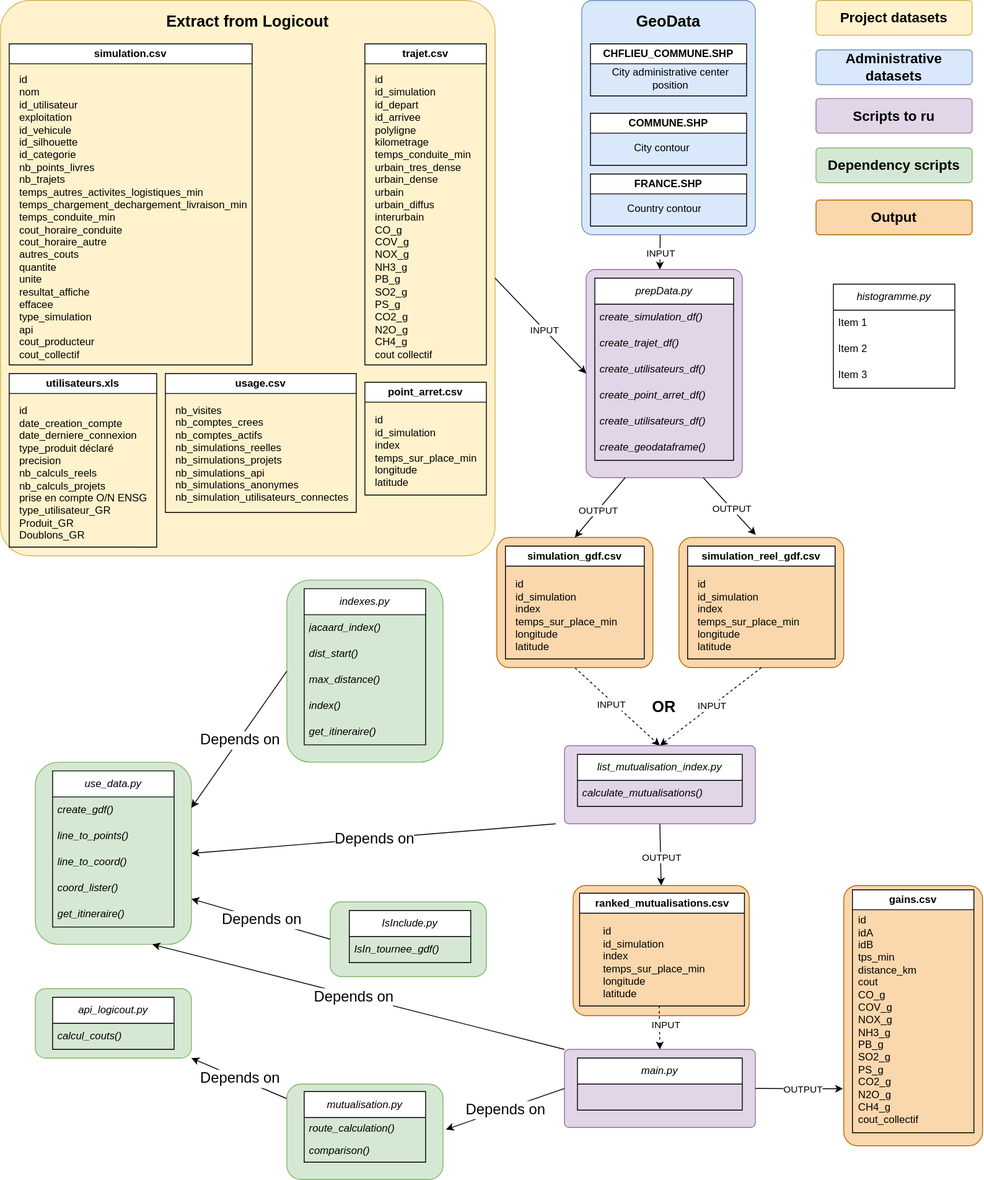
The draw.io diagram code_organization.svg in Universite-Gustave-Eiffel/geodev-logicout, before a commit. Source tidied: cells renumbered, new cells last; positions are measured from the earlier drawing's top-left corner, leaving out a move shared by most shapes.
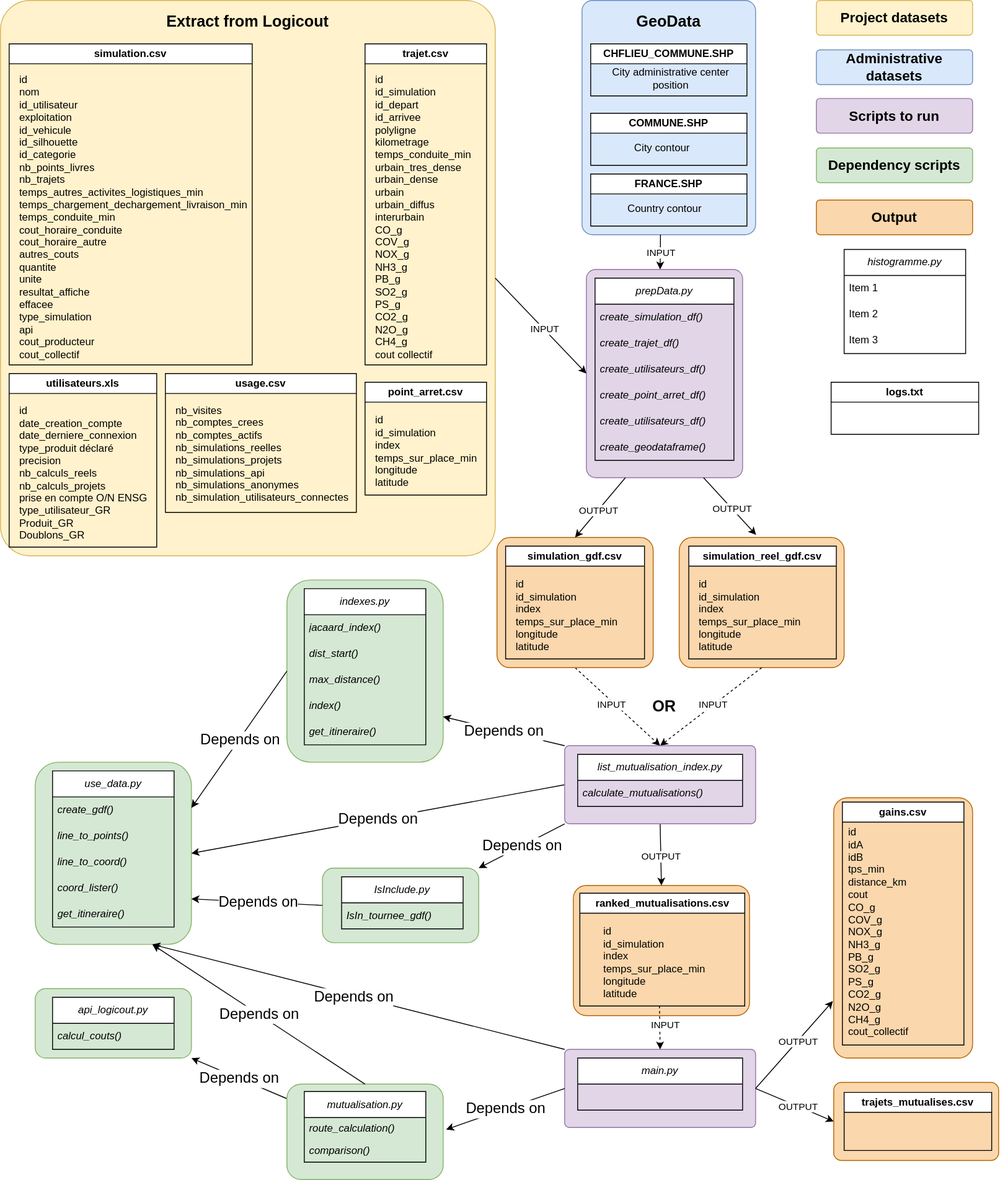
Later version of the same file.

Change to the diagram source:
```diff
@@ -2,6 +2,9 @@
   <root>
     <mxCell id="0" />
     <mxCell id="1" parent="0" />
+    <mxCell id="121" style="rounded=1;whiteSpace=wrap;html=1;shadow=0;glass=0;arcSize=10;fillColor=#fad7ac;strokeColor=#b46504;" parent="1" vertex="1">
+      <mxGeometry x="960" y="1247" width="190" height="90" as="geometry" />
+    </mxCell>
     <mxCell id="2" style="rounded=1;whiteSpace=wrap;html=1;shadow=0;glass=0;arcSize=10;fillColor=#fad7ac;strokeColor=#b46504;" parent="1" vertex="1">
       <mxGeometry x="660" y="1020" width="203" height="150" as="geometry" />
     </mxCell>
@@ -39,7 +42,7 @@
       <mxGeometry y="180" width="160" height="30" as="geometry" />
     </mxCell>
     <mxCell id="14" value="&lt;i&gt;histogramme.py&lt;/i&gt;" style="swimlane;fontStyle=0;horizontal=1;startSize=30;whiteSpace=wrap;html=1;" parent="1" vertex="1">
-      <mxGeometry x="960" y="327" width="140" height="120" as="geometry" />
+      <mxGeometry x="972" y="287" width="140" height="120" as="geometry" />
     </mxCell>
     <mxCell id="15" value="Item 1" style="text;strokeColor=none;fillColor=none;align=left;verticalAlign=middle;spacingLeft=4;spacingRight=4;overflow=hidden;whiteSpace=wrap;html=1;" parent="14" vertex="1">
       <mxGeometry y="30" width="140" height="30" as="geometry" />
@@ -200,7 +203,7 @@
       <mxGeometry y="150" width="140" height="30" as="geometry" />
     </mxCell>
     <mxCell id="65" style="group;" parent="1" vertex="1">
-      <mxGeometry x="364" y="1028" width="186" height="210" as="geometry" />
+      <mxGeometry x="355" y="989" width="186" height="210" as="geometry" />
     </mxCell>
     <mxCell id="66" style="group;" parent="65" vertex="1">
       <mxGeometry x="16" y="11" width="180" height="86" as="geometry" />
@@ -214,10 +217,8 @@
     <mxCell id="69" value="&lt;i&gt;IsIn_tournee_gdf()&lt;/i&gt;" style="text;strokeColor=none;fillColor=none;align=left;verticalAlign=middle;spacingLeft=4;spacingRight=4;overflow=hidden;whiteSpace=wrap;html=1;" parent="68" vertex="1">
       <mxGeometry y="30" width="140" height="30" as="geometry" />
     </mxCell>
-    <mxCell id="70" style="endArrow=classic;html=1;rounded=0;entryX=1;entryY=0.5;entryDx=0;entryDy=0;fontSize=23;" parent="1" edge="1" target="50">
-      <mxGeometry relative="1" as="geometry">
-        <mxPoint x="640" y="949" as="sourcePoint" />
-      </mxGeometry>
+    <mxCell id="70" style="endArrow=classic;html=1;rounded=0;entryX=1;entryY=0.5;entryDx=0;entryDy=0;fontSize=23;exitX=0;exitY=0.5;exitDx=0;exitDy=0;" parent="1" edge="1" source="75" target="50">
+      <mxGeometry relative="1" as="geometry" />
     </mxCell>
     <mxCell id="71" value="Depends on" style="edgeLabel;html=1;align=center;verticalAlign=middle;fontSize=17;" parent="70" vertex="1">
       <mxGeometry relative="1" as="geometry" />
@@ -299,7 +300,7 @@
     <mxCell id="96" value="&lt;font style=&quot;font-size: 16px;&quot;&gt;&lt;b&gt;Administrative&lt;br&gt;datasets&lt;/b&gt;&lt;/font&gt;" style="rounded=1;whiteSpace=wrap;html=1;fillColor=#dae8fc;strokeColor=#6c8ebf;shadow=0;glass=0;arcSize=10;" parent="1" vertex="1">
       <mxGeometry x="940" y="57" width="180" height="40" as="geometry" />
     </mxCell>
-    <mxCell id="97" value="&lt;font style=&quot;font-size: 16px;&quot;&gt;&lt;b&gt;Scripts to ru&lt;/b&gt;&lt;/font&gt;" style="rounded=1;whiteSpace=wrap;html=1;fillColor=#e1d5e7;strokeColor=#9673a6;shadow=0;glass=0;arcSize=10;" parent="1" vertex="1">
+    <mxCell id="97" value="&lt;font style=&quot;font-size: 16px;&quot;&gt;&lt;b&gt;Scripts to run&lt;/b&gt;&lt;/font&gt;" style="rounded=1;whiteSpace=wrap;html=1;fillColor=#e1d5e7;strokeColor=#9673a6;shadow=0;glass=0;arcSize=10;" parent="1" vertex="1">
       <mxGeometry x="940" y="113" width="180" height="40" as="geometry" />
     </mxCell>
     <mxCell id="98" value="&lt;font style=&quot;font-size: 16px;&quot;&gt;&lt;b&gt;Dependency scripts&lt;/b&gt;&lt;/font&gt;" style="rounded=1;whiteSpace=wrap;html=1;fillColor=#d5e8d4;strokeColor=#82b366;shadow=0;glass=0;arcSize=10;" parent="1" vertex="1">
@@ -316,24 +317,6 @@
     <mxCell id="101" value="&lt;font style=&quot;font-size: 16px;&quot;&gt;&lt;b&gt;Output&lt;/b&gt;&lt;/font&gt;" style="rounded=1;whiteSpace=wrap;html=1;shadow=0;glass=0;arcSize=10;fillColor=#fad7ac;strokeColor=#b46504;" parent="1" vertex="1">
       <mxGeometry x="940" y="230" width="180" height="40" as="geometry" />
     </mxCell>
-    <mxCell id="102" value="simulation_reel_gdf.csv" style="swimlane;whiteSpace=wrap;html=1;" parent="1" vertex="1">
-      <mxGeometry x="792" y="629" width="170" height="130" as="geometry" />
-    </mxCell>
-    <mxCell id="103" value="id&lt;br&gt;id_simulation&lt;br&gt;index&lt;br&gt;temps_sur_place_min&lt;br&gt;longitude&lt;br&gt;latitude" style="text;html=1;align=left;verticalAlign=middle;strokeColor=none;fillColor=none;" parent="102" vertex="1">
-      <mxGeometry x="10" y="30" width="140" height="100" as="geometry" />
-    </mxCell>
-    <mxCell id="104" style="group;" parent="1" vertex="1">
-      <mxGeometry x="972" y="1020" width="160" height="300" as="geometry" />
-    </mxCell>
-    <mxCell id="105" style="rounded=1;whiteSpace=wrap;html=1;shadow=0;glass=0;arcSize=10;fillColor=#fad7ac;strokeColor=#b46504;" parent="104" vertex="1">
-      <mxGeometry width="160" height="300" as="geometry" />
-    </mxCell>
-    <mxCell id="106" value="gains.csv" style="swimlane;whiteSpace=wrap;html=1;" parent="104" vertex="1">
-      <mxGeometry x="10" y="5" width="140" height="280" as="geometry" />
-    </mxCell>
-    <mxCell id="107" value="&lt;div&gt;id&lt;/div&gt;&lt;div&gt;idA&lt;/div&gt;&lt;div&gt;idB&lt;/div&gt;&lt;div&gt;tps_min&lt;/div&gt;&lt;div&gt;distance_km&lt;/div&gt;&lt;div&gt;cout&lt;/div&gt;&lt;div&gt;CO_g&lt;/div&gt;&lt;div&gt;COV_g&lt;/div&gt;&lt;div&gt;NOX_g&lt;/div&gt;&lt;div&gt;NH3_g&lt;/div&gt;&lt;div&gt;PB_g&lt;/div&gt;&lt;div&gt;SO2_g&lt;/div&gt;&lt;div&gt;PS_g&lt;/div&gt;&lt;div&gt;CO2_g&lt;/div&gt;&lt;div&gt;N2O_g&lt;/div&gt;&lt;div&gt;CH4_g&lt;/div&gt;&lt;div&gt;cout_collectif&lt;/div&gt;" style="text;html=1;align=left;verticalAlign=middle;strokeColor=none;fillColor=none;" parent="106" vertex="1">
-      <mxGeometry x="5" y="20" width="90" height="260" as="geometry" />
-    </mxCell>
     <mxCell id="108" style="endArrow=classic;html=1;rounded=0;entryX=-0.006;entryY=0.781;entryDx=0;entryDy=0;exitX=1;exitY=0.5;exitDx=0;exitDy=0;entryPerimeter=0;" parent="1" edge="1" source="81" target="105">
       <mxGeometry relative="1" as="geometry" />
     </mxCell>
@@ -373,5 +356,53 @@
     <mxCell id="120" value="OUTPUT" style="edgeLabel;html=1;align=center;verticalAlign=middle;" parent="119" vertex="1">
       <mxGeometry x="0.07" relative="1" as="geometry" />
     </mxCell>
+    <mxCell id="122" style="endArrow=classic;html=1;rounded=0;fontSize=23;entryX=0.75;entryY=1;entryDx=0;entryDy=0;exitX=0.5;exitY=0;exitDx=0;exitDy=0;" parent="1" edge="1" source="111" target="50">
+      <mxGeometry relative="1" as="geometry" />
+    </mxCell>
+    <mxCell id="123" value="Depends on" style="edgeLabel;html=1;align=center;verticalAlign=middle;fontSize=17;" parent="122" vertex="1">
+      <mxGeometry relative="1" as="geometry" />
+    </mxCell>
+    <mxCell id="124" style="endArrow=classic;html=1;rounded=0;exitX=0;exitY=1;exitDx=0;exitDy=0;fontSize=23;entryX=1;entryY=0;entryDx=0;entryDy=0;" parent="1" edge="1" source="75" target="67">
+      <mxGeometry relative="1" as="geometry" />
+    </mxCell>
+    <mxCell id="125" value="Depends on" style="edgeLabel;html=1;align=center;verticalAlign=middle;fontSize=17;" parent="124" vertex="1">
+      <mxGeometry relative="1" as="geometry" />
+    </mxCell>
+    <mxCell id="126" style="endArrow=classic;html=1;rounded=0;exitX=0;exitY=0;exitDx=0;exitDy=0;fontSize=23;entryX=1;entryY=0.75;entryDx=0;entryDy=0;" parent="1" edge="1" source="75" target="58">
+      <mxGeometry relative="1" as="geometry" />
+    </mxCell>
+    <mxCell id="127" value="Depends on" style="edgeLabel;html=1;align=center;verticalAlign=middle;fontSize=17;" parent="126" vertex="1">
+      <mxGeometry relative="1" as="geometry" />
+    </mxCell>
+    <mxCell id="128" value="logs.txt" style="swimlane;whiteSpace=wrap;html=1;" parent="1" vertex="1">
+      <mxGeometry x="957" y="440" width="170" height="60" as="geometry" />
+    </mxCell>
+    <mxCell id="102" value="simulation_reel_gdf.csv" style="swimlane;whiteSpace=wrap;html=1;" parent="1" vertex="1">
+      <mxGeometry x="793" y="629" width="170" height="130" as="geometry" />
+    </mxCell>
+    <mxCell id="103" value="id&lt;br&gt;id_simulation&lt;br&gt;index&lt;br&gt;temps_sur_place_min&lt;br&gt;longitude&lt;br&gt;latitude" style="text;html=1;align=left;verticalAlign=middle;strokeColor=none;fillColor=none;" parent="102" vertex="1">
+      <mxGeometry x="10" y="30" width="140" height="100" as="geometry" />
+    </mxCell>
+    <mxCell id="129" value="trajets_mutualises.csv" style="swimlane;whiteSpace=wrap;html=1;" parent="1" vertex="1">
+      <mxGeometry x="972" y="1258.5" width="170" height="67" as="geometry" />
+    </mxCell>
+    <mxCell id="130" style="group;" parent="1" vertex="1">
+      <mxGeometry x="960" y="919" width="160" height="300" as="geometry" />
+    </mxCell>
+    <mxCell id="105" style="rounded=1;whiteSpace=wrap;html=1;shadow=0;glass=0;arcSize=10;fillColor=#fad7ac;strokeColor=#b46504;" parent="130" vertex="1">
+      <mxGeometry width="160" height="300" as="geometry" />
+    </mxCell>
+    <mxCell id="106" value="gains.csv" style="swimlane;whiteSpace=wrap;html=1;" parent="130" vertex="1">
+      <mxGeometry x="10" y="5" width="140" height="280" as="geometry" />
+    </mxCell>
+    <mxCell id="107" value="&lt;div&gt;id&lt;/div&gt;&lt;div&gt;idA&lt;/div&gt;&lt;div&gt;idB&lt;/div&gt;&lt;div&gt;tps_min&lt;/div&gt;&lt;div&gt;distance_km&lt;/div&gt;&lt;div&gt;cout&lt;/div&gt;&lt;div&gt;CO_g&lt;/div&gt;&lt;div&gt;COV_g&lt;/div&gt;&lt;div&gt;NOX_g&lt;/div&gt;&lt;div&gt;NH3_g&lt;/div&gt;&lt;div&gt;PB_g&lt;/div&gt;&lt;div&gt;SO2_g&lt;/div&gt;&lt;div&gt;PS_g&lt;/div&gt;&lt;div&gt;CO2_g&lt;/div&gt;&lt;div&gt;N2O_g&lt;/div&gt;&lt;div&gt;CH4_g&lt;/div&gt;&lt;div&gt;cout_collectif&lt;/div&gt;" style="text;html=1;align=left;verticalAlign=middle;strokeColor=none;fillColor=none;" parent="106" vertex="1">
+      <mxGeometry x="5" y="20" width="90" height="260" as="geometry" />
+    </mxCell>
+    <mxCell id="131" style="endArrow=classic;html=1;rounded=0;entryX=0;entryY=0.5;entryDx=0;entryDy=0;exitX=1;exitY=0.5;exitDx=0;exitDy=0;" parent="1" edge="1" source="81" target="121">
+      <mxGeometry relative="1" as="geometry" />
+    </mxCell>
+    <mxCell id="132" value="OUTPUT" style="edgeLabel;html=1;align=center;verticalAlign=middle;" parent="131" vertex="1">
+      <mxGeometry x="0.07" relative="1" as="geometry" />
+    </mxCell>
   </root>
 </mxGraphModel>
```
